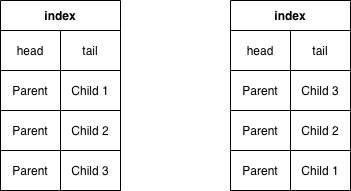
This is docs/db_schema_index.png from gracoes/pipedrive-challenge, a draw.io export, as it was before one commit. Source tidied: cells renumbered, new cells last; positions are measured from the earlier drawing's top-left corner, leaving out a move shared by most shapes.
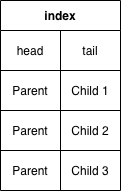
Later version of the same file.

Commit message:
Improve db schema

Diff of the diagram source:
```diff
@@ -41,44 +41,5 @@
     <mxCell id="14" value="Child 3" style="shape=partialRectangle;html=1;whiteSpace=wrap;fillColor=none;top=0;left=0;bottom=0;right=0;overflow=hidden;" parent="12" vertex="1">
       <mxGeometry x="60" width="60" height="40" as="geometry" />
     </mxCell>
-    <mxCell id="15" value="index" style="shape=table;html=1;whiteSpace=wrap;startSize=30;fontStyle=1;align=center;" parent="1" vertex="1">
-      <mxGeometry x="230" width="120" height="190" as="geometry" />
-    </mxCell>
-    <mxCell id="16" style="shape=partialRectangle;html=1;whiteSpace=wrap;fillColor=none;top=0;left=0;bottom=0;right=0;" parent="15" vertex="1">
-      <mxGeometry y="30" width="120" height="40" as="geometry" />
-    </mxCell>
-    <mxCell id="17" value="head" style="shape=partialRectangle;html=1;whiteSpace=wrap;fillColor=none;top=0;left=0;bottom=0;right=0;overflow=hidden;" parent="16" vertex="1">
-      <mxGeometry width="60" height="40" as="geometry" />
-    </mxCell>
-    <mxCell id="18" value="tail" style="shape=partialRectangle;html=1;whiteSpace=wrap;fillColor=none;top=0;left=0;bottom=0;right=0;overflow=hidden;" parent="16" vertex="1">
-      <mxGeometry x="60" width="60" height="40" as="geometry" />
-    </mxCell>
-    <mxCell id="19" style="shape=partialRectangle;html=1;whiteSpace=wrap;fillColor=none;top=0;left=0;bottom=0;right=0;" parent="15" vertex="1">
-      <mxGeometry y="70" width="120" height="40" as="geometry" />
-    </mxCell>
-    <mxCell id="20" value="Parent" style="shape=partialRectangle;html=1;whiteSpace=wrap;fillColor=none;top=0;left=0;bottom=0;right=0;overflow=hidden;" parent="19" vertex="1">
-      <mxGeometry width="60" height="40" as="geometry" />
-    </mxCell>
-    <mxCell id="21" value="Child 3" style="shape=partialRectangle;html=1;whiteSpace=wrap;fillColor=none;top=0;left=0;bottom=0;right=0;overflow=hidden;" parent="19" vertex="1">
-      <mxGeometry x="60" width="60" height="40" as="geometry" />
-    </mxCell>
-    <mxCell id="22" style="shape=partialRectangle;html=1;whiteSpace=wrap;fillColor=none;top=0;left=0;bottom=0;right=0;" parent="15" vertex="1">
-      <mxGeometry y="110" width="120" height="40" as="geometry" />
-    </mxCell>
-    <mxCell id="23" value="Parent" style="shape=partialRectangle;html=1;whiteSpace=wrap;fillColor=none;top=0;left=0;bottom=0;right=0;overflow=hidden;" parent="22" vertex="1">
-      <mxGeometry width="60" height="40" as="geometry" />
-    </mxCell>
-    <mxCell id="24" value="Child 2" style="shape=partialRectangle;html=1;whiteSpace=wrap;fillColor=none;top=0;left=0;bottom=0;right=0;overflow=hidden;" parent="22" vertex="1">
-      <mxGeometry x="60" width="60" height="40" as="geometry" />
-    </mxCell>
-    <mxCell id="25" style="shape=partialRectangle;html=1;whiteSpace=wrap;fillColor=none;top=0;left=0;bottom=0;right=0;" parent="15" vertex="1">
-      <mxGeometry y="150" width="120" height="40" as="geometry" />
-    </mxCell>
-    <mxCell id="26" value="Parent" style="shape=partialRectangle;html=1;whiteSpace=wrap;fillColor=none;top=0;left=0;bottom=0;right=0;overflow=hidden;" parent="25" vertex="1">
-      <mxGeometry width="60" height="40" as="geometry" />
-    </mxCell>
-    <mxCell id="27" value="Child 1" style="shape=partialRectangle;html=1;whiteSpace=wrap;fillColor=none;top=0;left=0;bottom=0;right=0;overflow=hidden;" parent="25" vertex="1">
-      <mxGeometry x="60" width="60" height="40" as="geometry" />
-    </mxCell>
   </root>
 </mxGraphModel>
```
